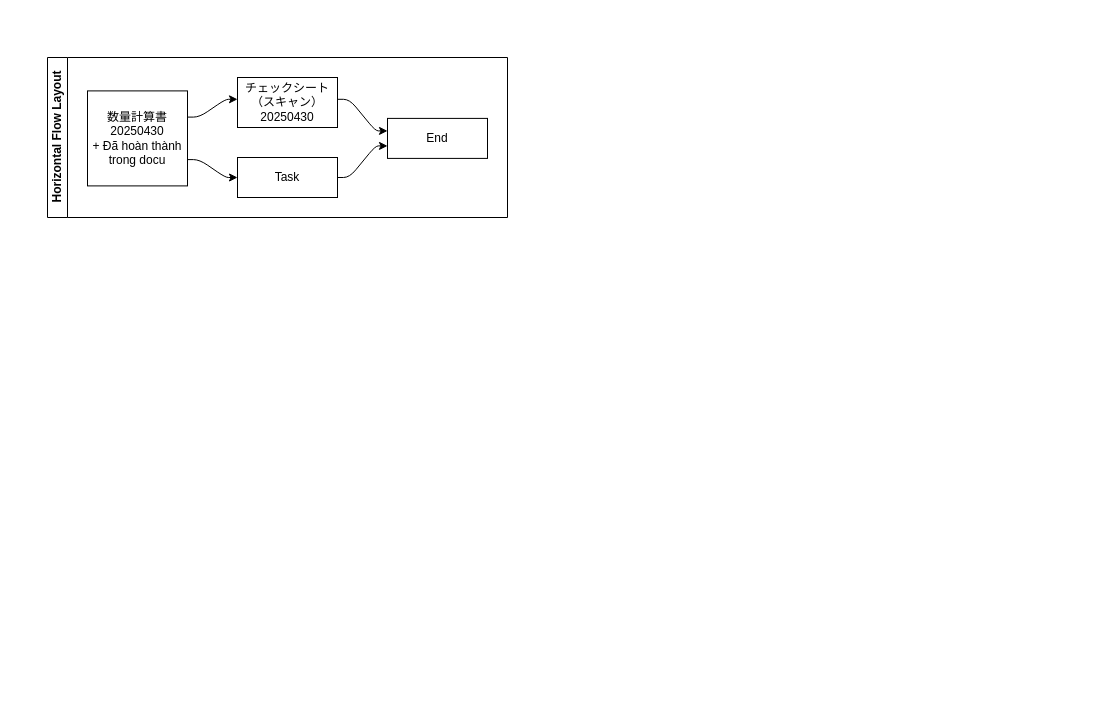
nnh92/Juntos.co keeps this draw.io diagram as 2. 上栗須第一橋/9. チェックシート/チェックシート.drawio. Above is the earlier version. Source tidied: cells renumbered, new cells numbered last; positions are measured from the earlier drawing's top-left corner, leaving out a move shared by most shapes. Both pictures are drawn from the tidied source at 100%, with x=0, y=0 at pixel (47, 57).
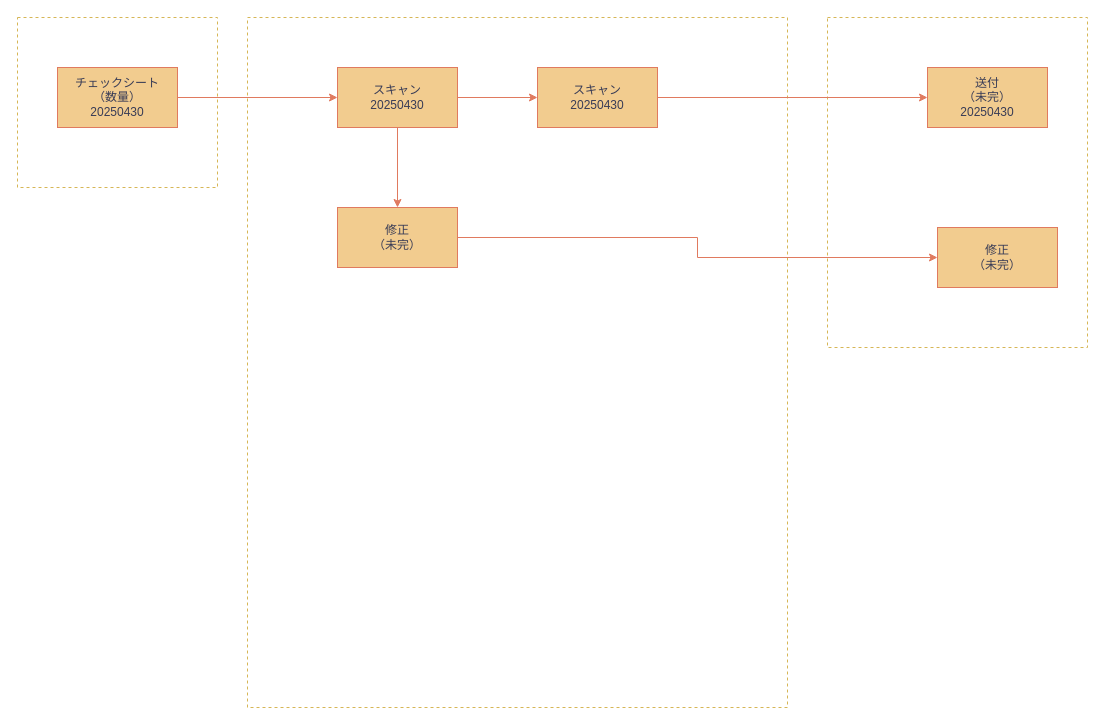
The same page after the edit.

Commit message:
Update チェックシート.drawio

What changed in the source:
```diff
@@
 <mxGraphModel>
   <root>
     <mxCell id="0" />
     <mxCell id="1" parent="0" />
-    <mxCell id="2" value="Horizontal Flow Layout" style="swimlane;html=1;startSize=20;horizontal=0;flowOrientation=west;interRankCellSpacing=50;containerType=tree;fontSize=12;" parent="1" vertex="1">
-      <mxGeometry width="460" height="160" as="geometry" />
-    </mxCell>
-    <mxCell id="3" value="数量計算書&lt;div&gt;20250430&lt;/div&gt;&lt;div&gt;+ Đã hoàn thành trong docu&lt;/div&gt;" style="whiteSpace=wrap;html=1;" parent="2" vertex="1">
-      <mxGeometry x="40" y="33.4" width="100" height="95" as="geometry" />
-    </mxCell>
-    <mxCell id="4" value="チェックシート（スキャン）&lt;br&gt;20250430" style="whiteSpace=wrap;html=1;" parent="2" vertex="1">
-      <mxGeometry x="190" y="20" width="100" height="50" as="geometry" />
-    </mxCell>
-    <mxCell id="5" style="html=1;rounded=1;curved=0;sourcePerimeterSpacing=0;targetPerimeterSpacing=0;startSize=6;endSize=6;noEdgeStyle=1;orthogonal=1;" parent="2" edge="1" source="3" target="4">
-      <mxGeometry relative="1" as="geometry">
-        <Array as="points">
-          <mxPoint x="152" y="59.6" />
-          <mxPoint x="178" y="41.8" />
-        </Array>
-      </mxGeometry>
-    </mxCell>
-    <mxCell id="6" value="Task" style="whiteSpace=wrap;html=1;" parent="2" vertex="1">
-      <mxGeometry x="190" y="100" width="100" height="40" as="geometry" />
-    </mxCell>
-    <mxCell id="7" style="html=1;rounded=1;curved=0;sourcePerimeterSpacing=0;targetPerimeterSpacing=0;startSize=6;endSize=6;noEdgeStyle=1;orthogonal=1;" parent="2" edge="1" source="3" target="6">
-      <mxGeometry relative="1" as="geometry">
-        <Array as="points">
-          <mxPoint x="152" y="102.1" />
-          <mxPoint x="178" y="120" />
-        </Array>
-      </mxGeometry>
-    </mxCell>
-    <mxCell id="8" value="End" style="whiteSpace=wrap;html=1;" parent="2" vertex="1">
-      <mxGeometry x="340" y="60.9" width="100" height="40" as="geometry" />
-    </mxCell>
-    <mxCell id="9" style="html=1;rounded=1;curved=0;sourcePerimeterSpacing=0;targetPerimeterSpacing=0;startSize=6;endSize=6;noEdgeStyle=1;orthogonal=1;" parent="2" edge="1" source="4" target="8">
-      <mxGeometry relative="1" as="geometry">
-        <Array as="points">
-          <mxPoint x="302" y="41.8" />
-          <mxPoint x="328" y="73.4" />
-        </Array>
-      </mxGeometry>
-    </mxCell>
-    <mxCell id="10" style="html=1;rounded=1;curved=0;sourcePerimeterSpacing=0;targetPerimeterSpacing=0;startSize=6;endSize=6;noEdgeStyle=1;orthogonal=1;" parent="2" edge="1" source="6" target="8">
-      <mxGeometry relative="1" as="geometry">
-        <Array as="points">
-          <mxPoint x="302" y="120" />
-          <mxPoint x="328" y="88.4" />
-        </Array>
-      </mxGeometry>
-    </mxCell>
+    <mxCell id="11" style="rounded=0;whiteSpace=wrap;html=1;fillColor=none;strokeColor=#d6b656;dashed=1;labelBorderColor=none;" parent="1" vertex="1">
+      <mxGeometry x="-30" y="-40" width="200" height="170" as="geometry" />
+    </mxCell>
+    <mxCell id="12" style="rounded=0;whiteSpace=wrap;html=1;fillColor=none;strokeColor=#d6b656;dashed=1;labelBorderColor=none;" parent="1" vertex="1">
+      <mxGeometry x="780" y="-40" width="260" height="330" as="geometry" />
+    </mxCell>
+    <mxCell id="13" style="rounded=0;whiteSpace=wrap;html=1;fillColor=none;strokeColor=#d6b656;dashed=1;labelBorderColor=none;" parent="1" vertex="1">
+      <mxGeometry x="200" y="-40" width="540" height="690" as="geometry" />
+    </mxCell>
+    <mxCell id="14" style="edgeStyle=orthogonalEdgeStyle;rounded=0;jettySize=auto;html=1;strokeColor=#E07A5F;fontColor=#393C56;fillColor=#F2CC8F;" parent="1" edge="1" source="15" target="18">
+      <mxGeometry relative="1" as="geometry" />
+    </mxCell>
+    <mxCell id="15" value="チェックシート&lt;div&gt;（数量）&lt;/div&gt;&lt;div&gt;20250430&lt;/div&gt;" style="rounded=0;whiteSpace=wrap;html=1;strokeColor=#E07A5F;fontColor=#393C56;fillColor=#F2CC8F;" parent="1" vertex="1">
+      <mxGeometry x="10" y="10" width="120" height="60" as="geometry" />
+    </mxCell>
+    <mxCell id="16" style="edgeStyle=orthogonalEdgeStyle;rounded=0;jettySize=auto;html=1;strokeColor=#E07A5F;fontColor=#393C56;fillColor=#F2CC8F;" parent="1" edge="1" source="18" target="20">
+      <mxGeometry relative="1" as="geometry" />
+    </mxCell>
+    <mxCell id="17" style="edgeStyle=orthogonalEdgeStyle;rounded=0;jettySize=auto;html=1;strokeColor=#E07A5F;fontColor=#393C56;fillColor=#F2CC8F;" parent="1" edge="1" source="18" target="22">
+      <mxGeometry relative="1" as="geometry" />
+    </mxCell>
+    <mxCell id="18" value="スキャン&lt;div&gt;20250430&lt;/div&gt;" style="rounded=0;whiteSpace=wrap;html=1;strokeColor=#E07A5F;fontColor=#393C56;fillColor=#F2CC8F;" parent="1" vertex="1">
+      <mxGeometry x="290" y="10" width="120" height="60" as="geometry" />
+    </mxCell>
+    <mxCell id="19" style="edgeStyle=orthogonalEdgeStyle;rounded=0;jettySize=auto;html=1;strokeColor=#E07A5F;fontColor=#393C56;fillColor=#F2CC8F;" parent="1" edge="1" source="20" target="23">
+      <mxGeometry relative="1" as="geometry" />
+    </mxCell>
+    <mxCell id="20" value="スキャン&lt;div&gt;20250430&lt;/div&gt;" style="rounded=0;whiteSpace=wrap;html=1;strokeColor=#E07A5F;fontColor=#393C56;fillColor=#F2CC8F;" parent="1" vertex="1">
+      <mxGeometry x="490" y="10" width="120" height="60" as="geometry" />
+    </mxCell>
+    <mxCell id="21" style="edgeStyle=orthogonalEdgeStyle;rounded=0;jettySize=auto;html=1;strokeColor=#E07A5F;fontColor=#393C56;fillColor=#F2CC8F;" parent="1" edge="1" source="22" target="24">
+      <mxGeometry relative="1" as="geometry" />
+    </mxCell>
+    <mxCell id="22" value="修正&lt;br&gt;&lt;div&gt;（未完）&lt;/div&gt;" style="rounded=0;whiteSpace=wrap;html=1;strokeColor=#E07A5F;fontColor=#393C56;fillColor=#F2CC8F;" parent="1" vertex="1">
+      <mxGeometry x="290" y="150" width="120" height="60" as="geometry" />
+    </mxCell>
+    <mxCell id="23" value="送付&lt;div&gt;（未完）&lt;br&gt;&lt;div&gt;20250430&lt;/div&gt;&lt;/div&gt;" style="rounded=0;whiteSpace=wrap;html=1;strokeColor=#E07A5F;fontColor=#393C56;fillColor=#F2CC8F;" parent="1" vertex="1">
+      <mxGeometry x="880" y="10" width="120" height="60" as="geometry" />
+    </mxCell>
+    <mxCell id="24" value="修正&lt;br&gt;&lt;div&gt;（未完）&lt;/div&gt;" style="rounded=0;whiteSpace=wrap;html=1;strokeColor=#E07A5F;fontColor=#393C56;fillColor=#F2CC8F;" parent="1" vertex="1">
+      <mxGeometry x="890" y="170" width="120" height="60" as="geometry" />
+    </mxCell>
   </root>
 </mxGraphModel>
```
